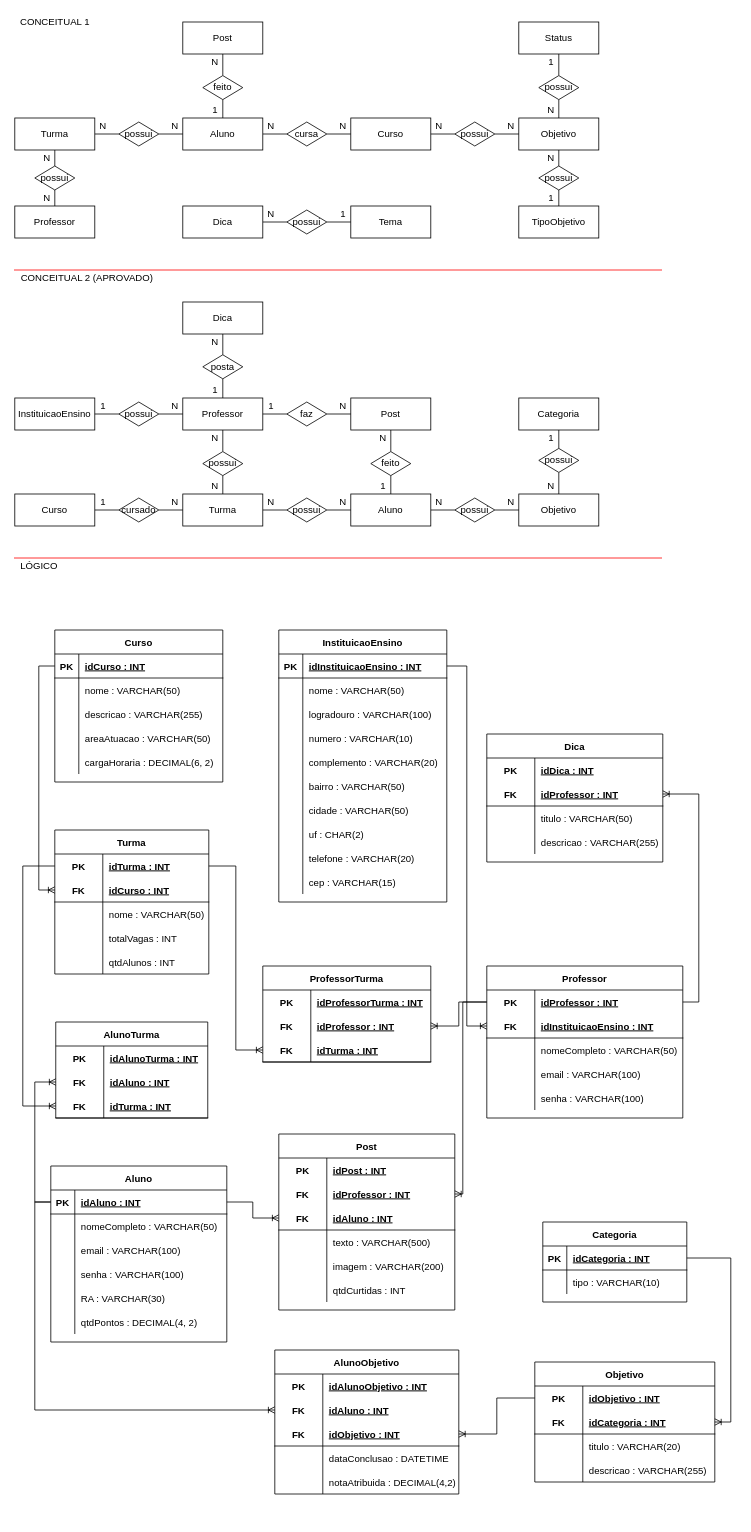
This is Exercícios/Aula 20-23- Projeto EduX/Untitled Diagram.drawio from DanielMendesdoAmaral/2S2DT-Sprint1-BancoDeDados, a draw.io file, before an edit. Source tidied: cells renumbered, new cells numbered last; positions are measured from the earlier drawing's top-left corner, leaving out a move shared by most shapes. Both pictures are drawn from the tidied source at 80%, with x=0, y=0 at pixel (14, 14).
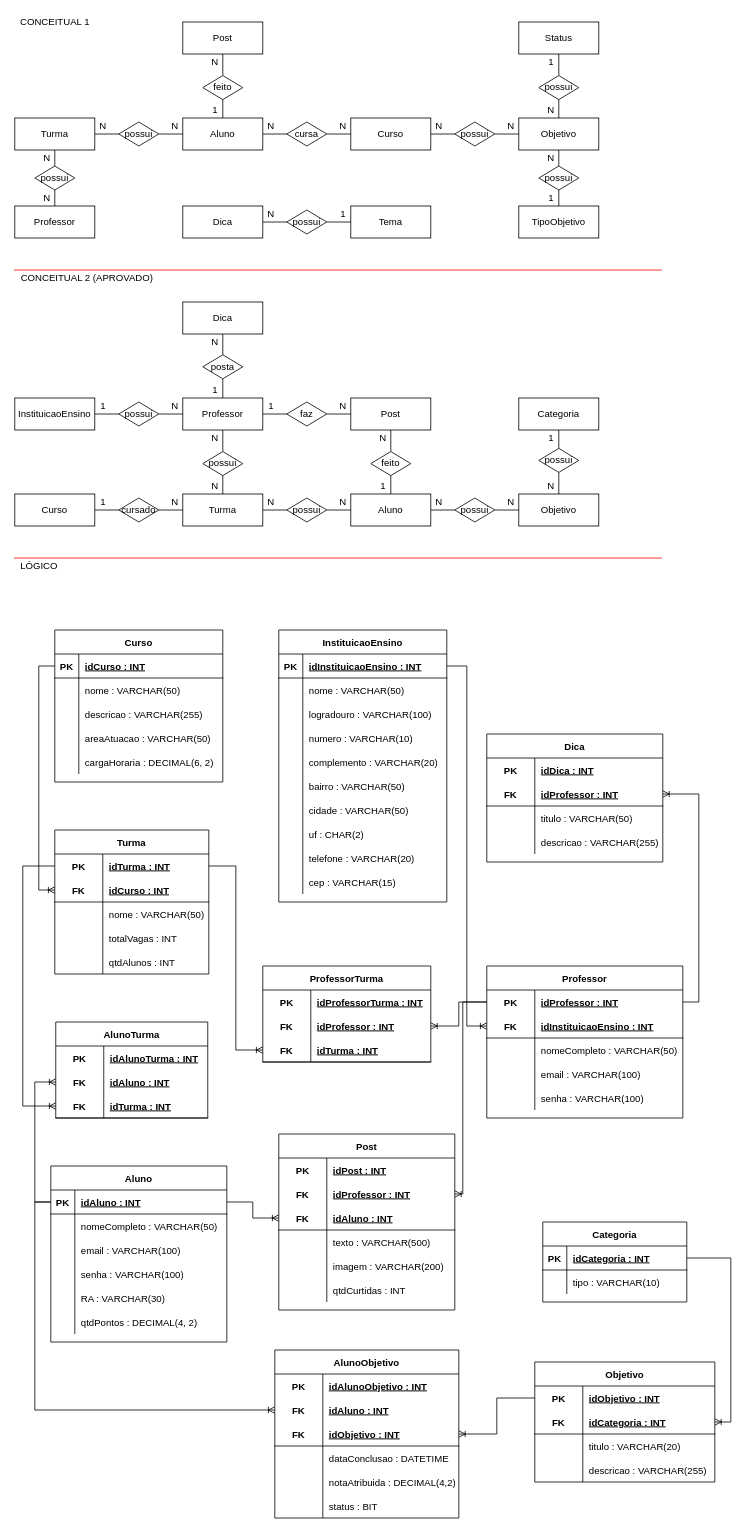
The same page after the edit.

The edit, as a diff of the source:
```diff
@@
     <mxCell id="269" value="AlunoObjetivo" style="shape=table;startSize=30;childLayout=tableLayout;rowLines=0;fontStyle=1;align=center;" parent="1" vertex="1">
-      <mxGeometry x="326" y="1670" width="230" height="180" as="geometry" />
+      <mxGeometry x="326" y="1670" width="230" height="210" as="geometry" />
     </mxCell>
@@
+    <mxCell id="309" style="shape=partialRectangle;fillColor=none;top=0;left=0;bottom=0;right=0;" parent="269" vertex="1">
+      <mxGeometry y="180" width="230" height="30" as="geometry" />
+    </mxCell>
+    <mxCell id="310" style="shape=partialRectangle;fillColor=none;top=0;left=0;bottom=0;right=0;fontStyle=1;overflow=hidden;" parent="309" vertex="1">
+      <mxGeometry width="60" height="30" as="geometry" />
+    </mxCell>
+    <mxCell id="311" value="status : BIT" style="shape=partialRectangle;fillColor=none;top=0;left=0;bottom=0;right=0;align=left;spacingLeft=6;fontStyle=0;overflow=hidden;" parent="309" vertex="1">
+      <mxGeometry x="60" width="170" height="30" as="geometry" />
+    </mxCell>
```
